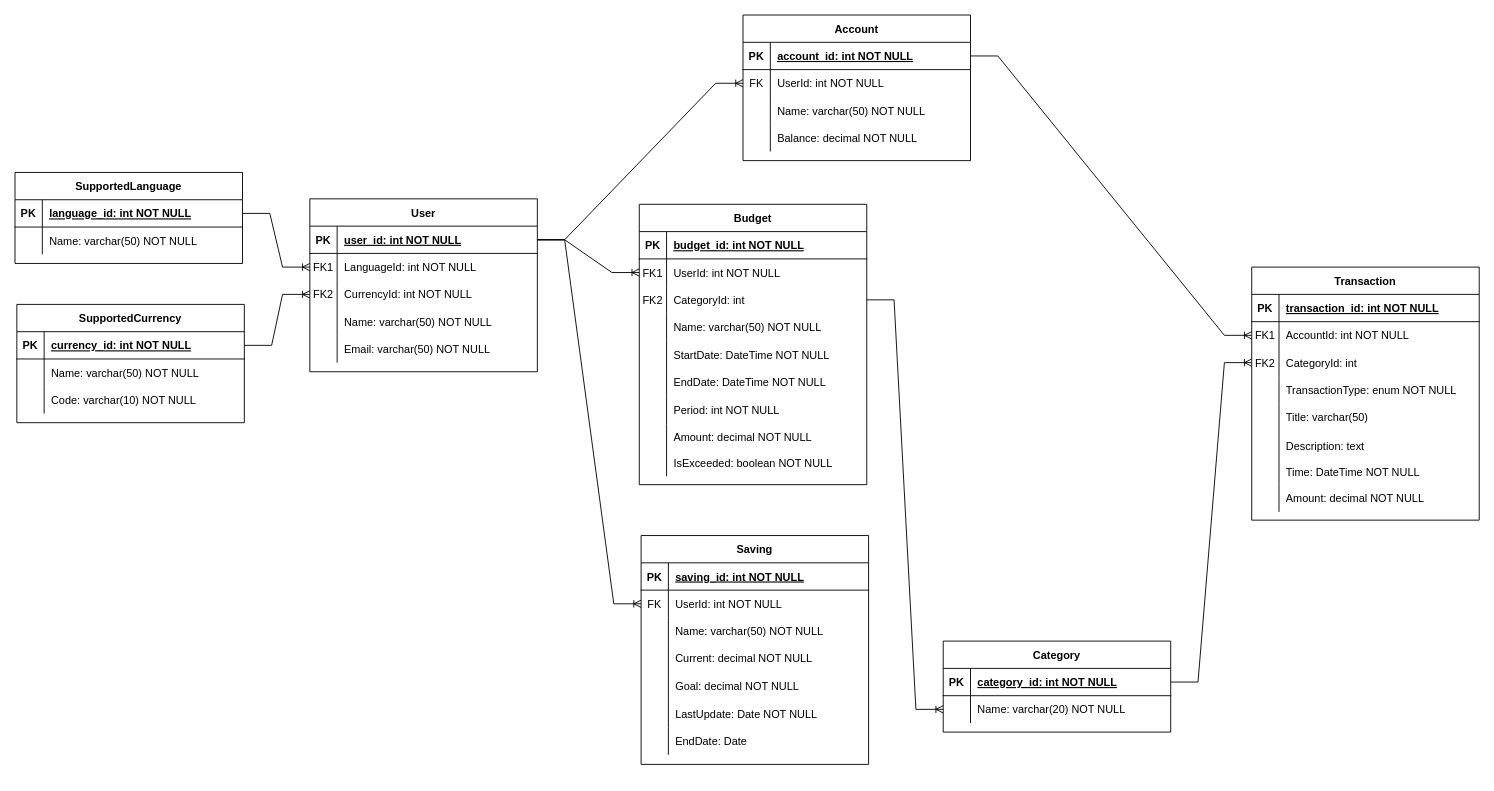
Above: page "ERD" (1 of 2) of se310.drawio in mhndckngyn/se310-docs (draw.io), before the change. Source tidied: cells renumbered, new cells numbered last; positions are measured from the earlier drawing's top-left corner, leaving out a move shared by most shapes. Both pictures are drawn from the tidied source at 91%, with x=0, y=0 at pixel (15, 15).
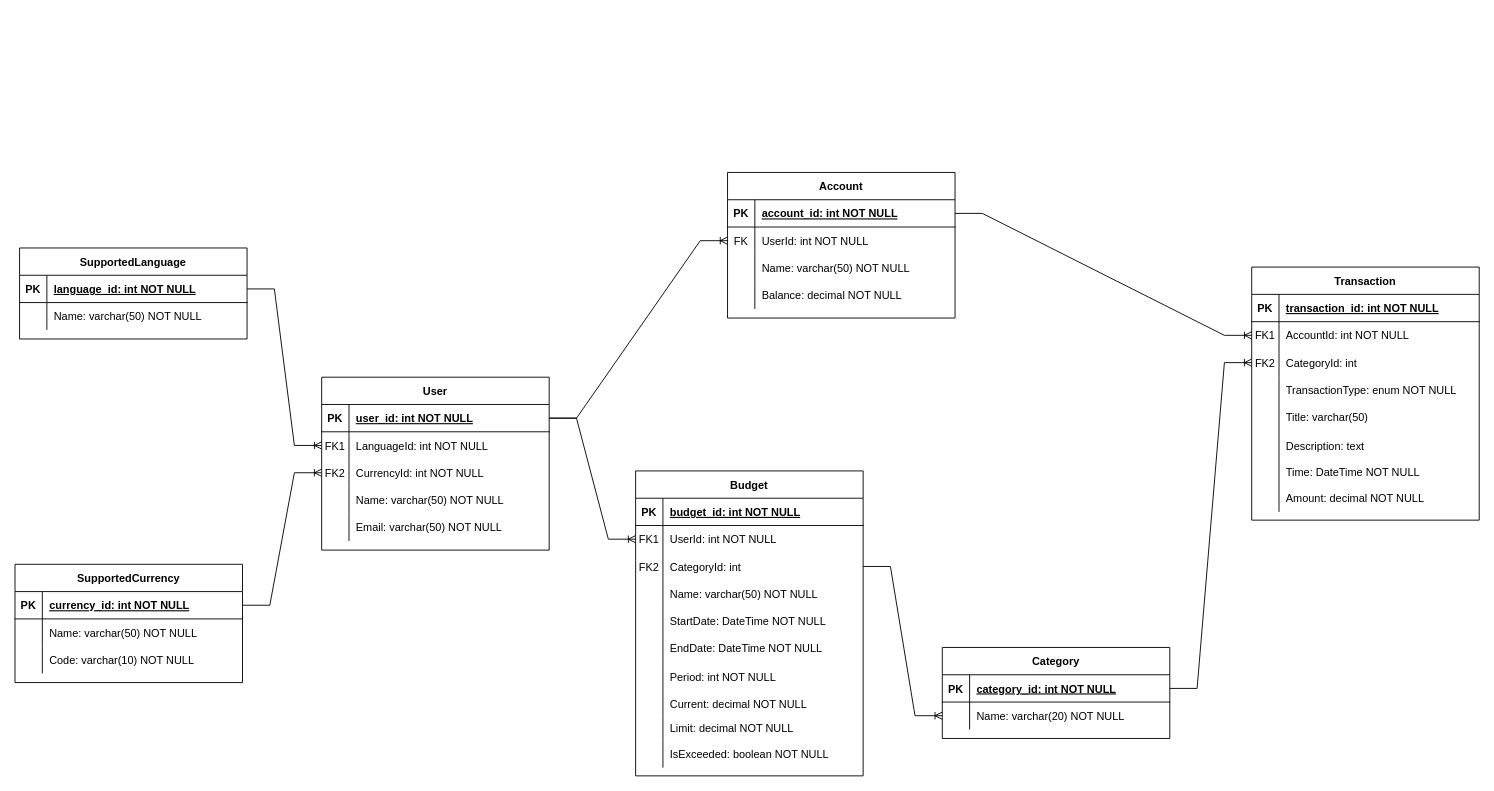
After the change.

Commit message:
ERD: Remove Saving

The change refers to these unchanged cells:
```xml
<mxCell id="3" style="shape=partialRectangle;fillColor=none;points=[[0,0.5],[1,0.5]];portConstraint=eastwest;top=0;left=0;right=0;bottom=1;" parent="2" vertex="1">
  <mxGeometry y="30" width="250" height="30" as="geometry" />
</mxCell>
<mxCell id="102" style="shape=partialRectangle;fillColor=none;top=0;left=0;right=0;bottom=0;" parent="80" vertex="1">
  <mxGeometry y="242" width="250" height="27" as="geometry" />
</mxCell>
```

The edit, as a diff of the source:
```diff
@@
     <mxCell id="2" value="User" style="shape=table;startSize=30;childLayout=tableLayout;rowLines=0;fontStyle=1;align=center;" parent="1" vertex="1">
-      <mxGeometry x="324" y="202" width="250" height="190" as="geometry" />
+      <mxGeometry x="337" y="398" width="250" height="190" as="geometry" />
     </mxCell>
@@
     <mxCell id="43" value="SupportedLanguage" style="shape=table;startSize=30;childLayout=tableLayout;rowLines=0;fontStyle=1;align=center;" parent="1" vertex="1">
-      <mxGeometry y="173" width="250" height="100" as="geometry" />
+      <mxGeometry x="5" y="256" width="250" height="100" as="geometry" />
     </mxCell>
@@
     <mxCell id="50" value="Category" style="shape=table;startSize=30;childLayout=tableLayout;rowLines=0;fontStyle=1;align=center;" parent="1" vertex="1">
-      <mxGeometry x="1020" y="688" width="250" height="100" as="geometry" />
+      <mxGeometry x="1019" y="695" width="250" height="100" as="geometry" />
     </mxCell>
@@
     <mxCell id="57" value="SupportedCurrency" style="shape=table;startSize=30;childLayout=tableLayout;rowLines=0;fontStyle=1;align=center;" parent="1" vertex="1">
-      <mxGeometry x="2" y="318" width="250" height="130" as="geometry" />
+      <mxGeometry y="603.6" width="250" height="130" as="geometry" />
     </mxCell>
@@
     <mxCell id="67" value="Account" style="shape=table;startSize=30;childLayout=tableLayout;rowLines=0;fontStyle=1;align=center;" parent="1" vertex="1">
-      <mxGeometry x="800" width="250" height="160" as="geometry" />
+      <mxGeometry x="783" y="173" width="250" height="160" as="geometry" />
     </mxCell>
@@
     <mxCell id="80" value="Budget" style="shape=table;startSize=30;childLayout=tableLayout;rowLines=0;fontStyle=1;align=center;" parent="1" vertex="1">
-      <mxGeometry x="686" y="208" width="250" height="308.1" as="geometry" />
+      <mxGeometry x="682" y="501" width="250" height="335.1" as="geometry" />
     </mxCell>
@@
-    <mxCell id="104" value="Amount: decimal NOT NULL" style="shape=partialRectangle;overflow=hidden;fillColor=none;top=0;left=0;bottom=0;right=0;align=left;spacingLeft=6;" parent="102" vertex="1">
+    <mxCell id="104" value="Current: decimal NOT NULL" style="shape=partialRectangle;overflow=hidden;fillColor=none;top=0;left=0;bottom=0;right=0;align=left;spacingLeft=6;" parent="102" vertex="1">
       <mxGeometry x="30" width="220" height="27" as="geometry" />
     </mxCell>
+    <mxCell id="138" style="shape=partialRectangle;fillColor=none;top=0;left=0;right=0;bottom=0;" parent="80" vertex="1">
+      <mxGeometry y="269" width="250" height="27" as="geometry" />
+    </mxCell>
+    <mxCell id="139" style="shape=partialRectangle;overflow=hidden;fillColor=none;top=0;left=0;bottom=0;right=0;" parent="138" vertex="1">
+      <mxGeometry width="30" height="27" as="geometry" />
+    </mxCell>
+    <mxCell id="140" value="Limit: decimal NOT NULL" style="shape=partialRectangle;overflow=hidden;fillColor=none;top=0;left=0;bottom=0;right=0;align=left;spacingLeft=6;" parent="138" vertex="1">
+      <mxGeometry x="30" width="220" height="27" as="geometry" />
+    </mxCell>
     <mxCell id="105" style="shape=partialRectangle;fillColor=none;top=0;left=0;right=0;bottom=0;" parent="80" vertex="1">
-      <mxGeometry y="269" width="250" height="30" as="geometry" />
+      <mxGeometry y="296" width="250" height="30" as="geometry" />
     </mxCell>
@@
-    <mxCell id="108" value="Saving" style="shape=table;startSize=30;childLayout=tableLayout;rowLines=0;fontStyle=1;align=center;" parent="1" vertex="1">
-      <mxGeometry x="688" y="572" width="250" height="251.5" as="geometry" />
-    </mxCell>
-    <mxCell id="109" style="shape=partialRectangle;fillColor=none;top=0;left=0;right=0;bottom=1;" parent="108" vertex="1">
-      <mxGeometry y="30" width="250" height="30" as="geometry" />
-    </mxCell>
-    <mxCell id="110" value="PK" style="shape=partialRectangle;overflow=hidden;fillColor=none;top=0;left=0;bottom=0;right=0;fontStyle=1;" parent="109" vertex="1">
-      <mxGeometry width="30" height="30" as="geometry" />
-    </mxCell>
-    <mxCell id="111" value="saving_id: int NOT NULL " style="shape=partialRectangle;overflow=hidden;fillColor=none;top=0;left=0;bottom=0;right=0;align=left;spacingLeft=6;fontStyle=5;" parent="109" vertex="1">
-      <mxGeometry x="30" width="220" height="30" as="geometry" />
-    </mxCell>
-    <mxCell id="112" style="shape=partialRectangle;fillColor=none;points=[[0,0.5],[1,0.5]];portConstraint=eastwest;top=0;left=0;right=0;bottom=0;" parent="108" vertex="1">
-      <mxGeometry y="60" width="250" height="30" as="geometry" />
-    </mxCell>
-    <mxCell id="113" value="FK" style="shape=partialRectangle;overflow=hidden;fillColor=none;top=0;left=0;bottom=0;right=0;" parent="112" vertex="1">
-      <mxGeometry width="30" height="30" as="geometry" />
-    </mxCell>
-    <mxCell id="114" value="UserId: int NOT NULL" style="shape=partialRectangle;overflow=hidden;fillColor=none;top=0;left=0;bottom=0;right=0;align=left;spacingLeft=6;" parent="112" vertex="1">
-      <mxGeometry x="30" width="220" height="30" as="geometry" />
-    </mxCell>
-    <mxCell id="115" style="shape=partialRectangle;fillColor=none;top=0;left=0;right=0;bottom=0;" parent="108" vertex="1">
-      <mxGeometry y="90" width="250" height="30" as="geometry" />
-    </mxCell>
-    <mxCell id="116" style="shape=partialRectangle;overflow=hidden;fillColor=none;top=0;left=0;bottom=0;right=0;" parent="115" vertex="1">
-      <mxGeometry width="30" height="30" as="geometry" />
-    </mxCell>
-    <mxCell id="117" value="Name: varchar(50) NOT NULL" style="shape=partialRectangle;overflow=hidden;fillColor=none;top=0;left=0;bottom=0;right=0;align=left;spacingLeft=6;" parent="115" vertex="1">
-      <mxGeometry x="30" width="220" height="30" as="geometry" />
-    </mxCell>
-    <mxCell id="118" style="shape=partialRectangle;fillColor=none;top=0;left=0;right=0;bottom=0;" parent="108" vertex="1">
-      <mxGeometry y="120" width="250" height="30" as="geometry" />
-    </mxCell>
-    <mxCell id="119" style="shape=partialRectangle;overflow=hidden;fillColor=none;top=0;left=0;bottom=0;right=0;" parent="118" vertex="1">
-      <mxGeometry width="30" height="30" as="geometry" />
-    </mxCell>
-    <mxCell id="120" value="Current: decimal NOT NULL" style="shape=partialRectangle;overflow=hidden;fillColor=none;top=0;left=0;bottom=0;right=0;align=left;spacingLeft=6;" parent="118" vertex="1">
-      <mxGeometry x="30" width="220" height="30" as="geometry" />
-    </mxCell>
-    <mxCell id="121" style="shape=partialRectangle;fillColor=none;top=0;left=0;right=0;bottom=0;" parent="108" vertex="1">
-      <mxGeometry y="150" width="250" height="31" as="geometry" />
-    </mxCell>
-    <mxCell id="122" style="shape=partialRectangle;overflow=hidden;fillColor=none;top=0;left=0;bottom=0;right=0;" parent="121" vertex="1">
-      <mxGeometry width="30" height="31" as="geometry" />
-    </mxCell>
-    <mxCell id="123" value="Goal: decimal NOT NULL" style="shape=partialRectangle;overflow=hidden;fillColor=none;top=0;left=0;bottom=0;right=0;align=left;spacingLeft=6;" parent="121" vertex="1">
-      <mxGeometry x="30" width="220" height="31" as="geometry" />
-    </mxCell>
-    <mxCell id="124" style="shape=partialRectangle;fillColor=none;top=0;left=0;right=0;bottom=0;" parent="108" vertex="1">
-      <mxGeometry y="181" width="250" height="30" as="geometry" />
-    </mxCell>
-    <mxCell id="125" style="shape=partialRectangle;overflow=hidden;fillColor=none;top=0;left=0;bottom=0;right=0;" parent="124" vertex="1">
-      <mxGeometry width="30" height="30" as="geometry" />
-    </mxCell>
-    <mxCell id="126" value="LastUpdate: Date NOT NULL" style="shape=partialRectangle;overflow=hidden;fillColor=none;top=0;left=0;bottom=0;right=0;align=left;spacingLeft=6;" parent="124" vertex="1">
-      <mxGeometry x="30" width="220" height="30" as="geometry" />
-    </mxCell>
-    <mxCell id="127" style="shape=partialRectangle;fillColor=none;top=0;left=0;right=0;bottom=0;" parent="108" vertex="1">
-      <mxGeometry y="211" width="250" height="30" as="geometry" />
-    </mxCell>
-    <mxCell id="128" style="shape=partialRectangle;overflow=hidden;fillColor=none;top=0;left=0;bottom=0;right=0;" parent="127" vertex="1">
-      <mxGeometry width="30" height="30" as="geometry" />
-    </mxCell>
-    <mxCell id="129" value="EndDate: Date" style="shape=partialRectangle;overflow=hidden;fillColor=none;top=0;left=0;bottom=0;right=0;align=left;spacingLeft=6;" parent="127" vertex="1">
-      <mxGeometry x="30" width="220" height="30" as="geometry" />
-    </mxCell>
@@
-    <mxCell id="136" style="edgeStyle=entityRelationEdgeStyle;fontSize=12;html=1;endArrow=ERoneToMany;rounded=0;exitX=1;exitY=0.5;exitDx=0;exitDy=0;entryX=0;entryY=0.5;entryDx=0;entryDy=0;" parent="1" edge="1" source="3" target="112">
-      <mxGeometry relative="1" as="geometry" />
-    </mxCell>
```
